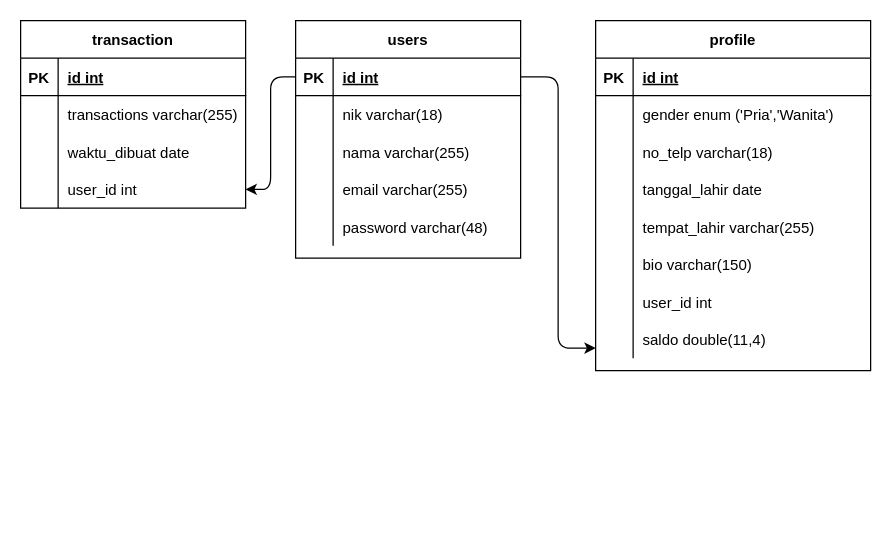
Before: e-wallet-db.drawio in MhRidho/fw9-backend, a draw.io diagram. Source tidied: cells renumbered, new cells numbered last; positions are measured from the earlier drawing's top-left corner, leaving out a move shared by most shapes. Both pictures are drawn from the tidied source at 125%, with x=0, y=0 at pixel (20, 20).
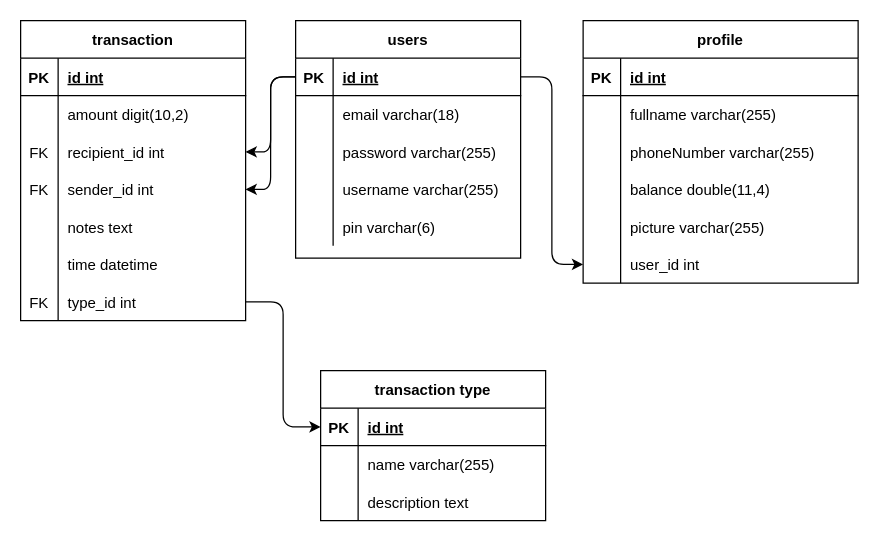
After the change.

The change refers to these unchanged cells:
```xml
<mxCell id="3" style="shape=partialRectangle;fillColor=none;top=0;left=0;bottom=1;right=0;points=[[0,0.5],[1,0.5]];portConstraint=eastwest;" parent="2" vertex="1">
  <mxGeometry y="30" width="180" height="30" as="geometry" />
</mxCell>
<mxCell id="6" style="shape=partialRectangle;fillColor=none;top=0;left=0;bottom=0;right=0;" parent="2" vertex="1">
  <mxGeometry y="60" width="180" height="30" as="geometry" />
</mxCell>
<mxCell id="9" style="shape=partialRectangle;fillColor=none;top=0;left=0;bottom=0;right=0;" parent="2" vertex="1">
  <mxGeometry y="90" width="180" height="30" as="geometry" />
</mxCell>
<mxCell id="12" style="shape=partialRectangle;fillColor=none;top=0;left=0;bottom=0;right=0;" parent="2" vertex="1">
  <mxGeometry y="120" width="180" height="30" as="geometry" />
</mxCell>
<mxCell id="15" style="shape=partialRectangle;fillColor=none;top=0;left=0;bottom=0;right=0;" parent="2" vertex="1">
  <mxGeometry y="150" width="180" height="30" as="geometry" />
</mxCell>
<mxCell id="22" style="shape=partialRectangle;fillColor=none;top=0;left=0;bottom=0;right=0;" parent="18" vertex="1">
  <mxGeometry y="60" width="220" height="30" as="geometry" />
</mxCell>
<mxCell id="25" style="shape=partialRectangle;fillColor=none;top=0;left=0;bottom=0;right=0;" parent="18" vertex="1">
  <mxGeometry y="90" width="220" height="30" as="geometry" />
</mxCell>
<mxCell id="28" style="shape=partialRectangle;fillColor=none;top=0;left=0;bottom=0;right=0;" parent="18" vertex="1">
  <mxGeometry y="120" width="220" height="30" as="geometry" />
</mxCell>
<mxCell id="31" style="shape=partialRectangle;fillColor=none;top=0;left=0;bottom=0;right=0;" parent="18" vertex="1">
  <mxGeometry y="150" width="220" height="30" as="geometry" />
</mxCell>
<mxCell id="34" style="shape=partialRectangle;fillColor=none;top=0;left=0;bottom=0;right=0;points=[[0,0.5],[1,0.5]];portConstraint=eastwest;" parent="18" vertex="1">
  <mxGeometry y="180" width="220" height="30" as="geometry" />
</mxCell>
<mxCell id="47" style="shape=partialRectangle;fillColor=none;top=0;left=0;bottom=0;right=0;" parent="43" vertex="1">
  <mxGeometry y="60" width="180" height="30" as="geometry" />
</mxCell>
<mxCell id="50" style="shape=partialRectangle;fillColor=none;top=0;left=0;bottom=0;right=0;points=[[0,0.5],[1,0.5]];portConstraint=eastwest;" parent="43" vertex="1">
  <mxGeometry y="90" width="180" height="30" as="geometry" />
</mxCell>
<mxCell id="53" style="shape=partialRectangle;fillColor=none;top=0;left=0;bottom=0;right=0;points=[[0,0.5],[1,0.5]];portConstraint=eastwest;" parent="43" vertex="1">
  <mxGeometry y="120" width="180" height="30" as="geometry" />
</mxCell>
```

Diff of the diagram source:
```diff
@@
-    <mxCell id="8" value="nik varchar(18)" style="shape=partialRectangle;fillColor=none;top=0;left=0;bottom=0;right=0;align=left;spacingLeft=6;overflow=hidden;" parent="6" vertex="1">
+    <mxCell id="8" value="email varchar(18)" style="shape=partialRectangle;fillColor=none;top=0;left=0;bottom=0;right=0;align=left;spacingLeft=6;overflow=hidden;" parent="6" vertex="1">
       <mxGeometry x="30" width="150" height="30" as="geometry" />
     </mxCell>
@@
-    <mxCell id="11" value="nama varchar(255)" style="shape=partialRectangle;fillColor=none;top=0;left=0;bottom=0;right=0;align=left;spacingLeft=6;overflow=hidden;" parent="9" vertex="1">
+    <mxCell id="11" value="password varchar(255)" style="shape=partialRectangle;fillColor=none;top=0;left=0;bottom=0;right=0;align=left;spacingLeft=6;overflow=hidden;" parent="9" vertex="1">
       <mxGeometry x="30" width="150" height="30" as="geometry" />
     </mxCell>
@@
-    <mxCell id="14" value="email varchar(255)" style="shape=partialRectangle;fillColor=none;top=0;left=0;bottom=0;right=0;align=left;spacingLeft=6;overflow=hidden;" parent="12" vertex="1">
+    <mxCell id="14" value="username varchar(255)" style="shape=partialRectangle;fillColor=none;top=0;left=0;bottom=0;right=0;align=left;spacingLeft=6;overflow=hidden;" parent="12" vertex="1">
       <mxGeometry x="30" width="150" height="30" as="geometry" />
     </mxCell>
@@
-    <mxCell id="17" value="password varchar(48)" style="shape=partialRectangle;fillColor=none;top=0;left=0;bottom=0;right=0;align=left;spacingLeft=6;overflow=hidden;" parent="15" vertex="1">
+    <mxCell id="17" value="pin varchar(6)" style="shape=partialRectangle;fillColor=none;top=0;left=0;bottom=0;right=0;align=left;spacingLeft=6;overflow=hidden;" parent="15" vertex="1">
       <mxGeometry x="30" width="150" height="30" as="geometry" />
     </mxCell>
     <mxCell id="18" value="profile" style="shape=table;startSize=30;childLayout=tableLayout;rowLines=0;fontStyle=1;align=center;" parent="1" vertex="1">
-      <mxGeometry x="460" width="220" height="280" as="geometry" />
+      <mxGeometry x="450" width="220" height="210" as="geometry" />
     </mxCell>
@@
-    <mxCell id="24" value="gender enum ('Pria','Wanita')" style="shape=partialRectangle;fillColor=none;top=0;left=0;bottom=0;right=0;align=left;spacingLeft=6;overflow=hidden;" parent="22" vertex="1">
+    <mxCell id="24" value="fullname varchar(255)" style="shape=partialRectangle;fillColor=none;top=0;left=0;bottom=0;right=0;align=left;spacingLeft=6;overflow=hidden;" parent="22" vertex="1">
       <mxGeometry x="30" width="190" height="30" as="geometry" />
     </mxCell>
@@
-    <mxCell id="27" value="no_telp varchar(18)" style="shape=partialRectangle;fillColor=none;top=0;left=0;bottom=0;right=0;align=left;spacingLeft=6;overflow=hidden;" parent="25" vertex="1">
+    <mxCell id="27" value="phoneNumber varchar(255)" style="shape=partialRectangle;fillColor=none;top=0;left=0;bottom=0;right=0;align=left;spacingLeft=6;overflow=hidden;" parent="25" vertex="1">
       <mxGeometry x="30" width="190" height="30" as="geometry" />
     </mxCell>
@@
-    <mxCell id="30" value="tanggal_lahir date" style="shape=partialRectangle;fillColor=none;top=0;left=0;bottom=0;right=0;align=left;spacingLeft=6;overflow=hidden;" parent="28" vertex="1">
+    <mxCell id="30" value="balance double(11,4)" style="shape=partialRectangle;fillColor=none;top=0;left=0;bottom=0;right=0;align=left;spacingLeft=6;overflow=hidden;" parent="28" vertex="1">
       <mxGeometry x="30" width="190" height="30" as="geometry" />
     </mxCell>
@@
-    <mxCell id="33" value="tempat_lahir varchar(255)" style="shape=partialRectangle;fillColor=none;top=0;left=0;bottom=0;right=0;align=left;spacingLeft=6;overflow=hidden;" parent="31" vertex="1">
+    <mxCell id="33" value="picture varchar(255)" style="shape=partialRectangle;fillColor=none;top=0;left=0;bottom=0;right=0;align=left;spacingLeft=6;overflow=hidden;" parent="31" vertex="1">
       <mxGeometry x="30" width="190" height="30" as="geometry" />
     </mxCell>
@@
-    <mxCell id="35" style="shape=partialRectangle;fillColor=none;top=0;left=0;bottom=0;right=0;overflow=hidden;" parent="34" vertex="1">
-      <mxGeometry width="30" height="30" as="geometry" />
-    </mxCell>
-    <mxCell id="36" value="bio varchar(150)" style="shape=partialRectangle;fillColor=none;top=0;left=0;bottom=0;right=0;align=left;spacingLeft=6;overflow=hidden;" parent="34" vertex="1">
-      <mxGeometry x="30" width="190" height="30" as="geometry" />
-    </mxCell>
-    <mxCell id="37" style="shape=partialRectangle;fillColor=none;top=0;left=0;bottom=0;right=0;" parent="18" vertex="1">
-      <mxGeometry y="210" width="220" height="30" as="geometry" />
-    </mxCell>
-    <mxCell id="38" style="shape=partialRectangle;fillColor=none;top=0;left=0;bottom=0;right=0;overflow=hidden;" parent="37" vertex="1">
-      <mxGeometry width="30" height="30" as="geometry" />
-    </mxCell>
+    <mxCell id="58" style="shape=partialRectangle;fillColor=none;top=0;left=0;bottom=0;right=0;overflow=hidden;" parent="34" vertex="1">
+      <mxGeometry width="30" height="30" as="geometry" />
+    </mxCell>
-    <mxCell id="39" value="user_id int" style="shape=partialRectangle;fillColor=none;top=0;left=0;bottom=0;right=0;align=left;spacingLeft=6;overflow=hidden;" parent="37" vertex="1">
+    <mxCell id="39" value="user_id int" style="shape=partialRectangle;fillColor=none;top=0;left=0;bottom=0;right=0;align=left;spacingLeft=6;overflow=hidden;" parent="34" vertex="1">
       <mxGeometry x="30" width="190" height="30" as="geometry" />
     </mxCell>
-    <mxCell id="40" style="shape=partialRectangle;fillColor=none;top=0;left=0;bottom=0;right=0;points=[[0,0.5],[1,0.5]];portConstraint=eastwest;" parent="18" vertex="1">
-      <mxGeometry y="240" width="220" height="30" as="geometry" />
-    </mxCell>
-    <mxCell id="41" style="shape=partialRectangle;fillColor=none;top=0;left=0;bottom=0;right=0;overflow=hidden;" parent="40" vertex="1">
-      <mxGeometry width="30" height="30" as="geometry" />
-    </mxCell>
-    <mxCell id="42" value="saldo double(11,4)" style="shape=partialRectangle;fillColor=none;top=0;left=0;bottom=0;right=0;align=left;spacingLeft=6;overflow=hidden;" parent="40" vertex="1">
-      <mxGeometry x="30" width="190" height="30" as="geometry" />
-    </mxCell>
     <mxCell id="43" value="transaction" style="shape=table;startSize=30;childLayout=tableLayout;rowLines=0;fontStyle=1;align=center;" parent="1" vertex="1">
-      <mxGeometry width="180" height="150" as="geometry" />
+      <mxGeometry width="180" height="240" as="geometry" />
     </mxCell>
@@
-    <mxCell id="49" value="transactions varchar(255)" style="shape=partialRectangle;fillColor=none;top=0;left=0;bottom=0;right=0;align=left;spacingLeft=6;overflow=hidden;" parent="47" vertex="1">
+    <mxCell id="49" value="amount digit(10,2)" style="shape=partialRectangle;fillColor=none;top=0;left=0;bottom=0;right=0;align=left;spacingLeft=6;overflow=hidden;" parent="47" vertex="1">
       <mxGeometry x="30" width="150" height="30" as="geometry" />
     </mxCell>
@@
-    <mxCell id="51" style="shape=partialRectangle;fillColor=none;top=0;left=0;bottom=0;right=0;overflow=hidden;" parent="50" vertex="1">
+    <mxCell id="51" value="FK" style="shape=partialRectangle;fillColor=none;top=0;left=0;bottom=0;right=0;overflow=hidden;" parent="50" vertex="1">
       <mxGeometry width="30" height="30" as="geometry" />
     </mxCell>
-    <mxCell id="52" value="waktu_dibuat date" style="shape=partialRectangle;fillColor=none;top=0;left=0;bottom=0;right=0;align=left;spacingLeft=6;overflow=hidden;" parent="50" vertex="1">
+    <mxCell id="52" value="recipient_id int" style="shape=partialRectangle;fillColor=none;top=0;left=0;bottom=0;right=0;align=left;spacingLeft=6;overflow=hidden;" parent="50" vertex="1">
       <mxGeometry x="30" width="150" height="30" as="geometry" />
     </mxCell>
@@
-    <mxCell id="54" style="shape=partialRectangle;fillColor=none;top=0;left=0;bottom=0;right=0;overflow=hidden;" parent="53" vertex="1">
+    <mxCell id="54" value="FK" style="shape=partialRectangle;fillColor=none;top=0;left=0;bottom=0;right=0;overflow=hidden;" parent="53" vertex="1">
       <mxGeometry width="30" height="30" as="geometry" />
     </mxCell>
-    <mxCell id="55" value="user_id int" style="shape=partialRectangle;fillColor=none;top=0;left=0;bottom=0;right=0;align=left;spacingLeft=6;overflow=hidden;" parent="53" vertex="1">
+    <mxCell id="55" value="sender_id int" style="shape=partialRectangle;fillColor=none;top=0;left=0;bottom=0;right=0;align=left;spacingLeft=6;overflow=hidden;" parent="53" vertex="1">
       <mxGeometry x="30" width="150" height="30" as="geometry" />
     </mxCell>
-    <mxCell id="56" style="edgeStyle=orthogonalEdgeStyle;html=1;exitX=1;exitY=0.5;exitDx=0;exitDy=0;entryX=0;entryY=0.733;entryDx=0;entryDy=0;entryPerimeter=0;" parent="1" edge="1" source="3" target="40">
-      <mxGeometry relative="1" as="geometry" />
-    </mxCell>
+    <mxCell id="59" style="shape=partialRectangle;fillColor=none;top=0;left=0;bottom=0;right=0;" parent="43" vertex="1">
+      <mxGeometry y="150" width="180" height="30" as="geometry" />
+    </mxCell>
+    <mxCell id="60" style="shape=partialRectangle;fillColor=none;top=0;left=0;bottom=0;right=0;overflow=hidden;" parent="59" vertex="1">
+      <mxGeometry width="30" height="30" as="geometry" />
+    </mxCell>
+    <mxCell id="61" value="notes text" style="shape=partialRectangle;fillColor=none;top=0;left=0;bottom=0;right=0;align=left;spacingLeft=6;overflow=hidden;" parent="59" vertex="1">
+      <mxGeometry x="30" width="150" height="30" as="geometry" />
+    </mxCell>
+    <mxCell id="62" style="shape=partialRectangle;fillColor=none;top=0;left=0;bottom=0;right=0;" parent="43" vertex="1">
+      <mxGeometry y="180" width="180" height="30" as="geometry" />
+    </mxCell>
+    <mxCell id="63" style="shape=partialRectangle;fillColor=none;top=0;left=0;bottom=0;right=0;overflow=hidden;" parent="62" vertex="1">
+      <mxGeometry width="30" height="30" as="geometry" />
+    </mxCell>
+    <mxCell id="64" value="time datetime" style="shape=partialRectangle;fillColor=none;top=0;left=0;bottom=0;right=0;align=left;spacingLeft=6;overflow=hidden;" parent="62" vertex="1">
+      <mxGeometry x="30" width="150" height="30" as="geometry" />
+    </mxCell>
+    <mxCell id="65" style="shape=partialRectangle;fillColor=none;top=0;left=0;bottom=0;right=0;points=[[0,0.5],[1,0.5]];portConstraint=eastwest;" parent="43" vertex="1">
+      <mxGeometry y="210" width="180" height="30" as="geometry" />
+    </mxCell>
+    <mxCell id="66" value="FK" style="shape=partialRectangle;fillColor=none;top=0;left=0;bottom=0;right=0;overflow=hidden;" parent="65" vertex="1">
+      <mxGeometry width="30" height="30" as="geometry" />
+    </mxCell>
+    <mxCell id="67" value="type_id int" style="shape=partialRectangle;fillColor=none;top=0;left=0;bottom=0;right=0;align=left;spacingLeft=6;overflow=hidden;" parent="65" vertex="1">
+      <mxGeometry x="30" width="150" height="30" as="geometry" />
+    </mxCell>
@@
+    <mxCell id="68" value="transaction type" style="shape=table;startSize=30;childLayout=tableLayout;rowLines=0;fontStyle=1;align=center;" parent="1" vertex="1">
+      <mxGeometry x="240" y="280" width="180" height="120" as="geometry" />
+    </mxCell>
+    <mxCell id="69" style="shape=partialRectangle;fillColor=none;top=0;left=0;bottom=1;right=0;points=[[0,0.5],[1,0.5]];portConstraint=eastwest;" parent="68" vertex="1">
+      <mxGeometry y="30" width="180" height="30" as="geometry" />
+    </mxCell>
+    <mxCell id="70" value="PK" style="shape=partialRectangle;fillColor=none;top=0;left=0;bottom=0;right=0;fontStyle=1;overflow=hidden;" parent="69" vertex="1">
+      <mxGeometry width="30" height="30" as="geometry" />
+    </mxCell>
+    <mxCell id="71" value="id int" style="shape=partialRectangle;fillColor=none;top=0;left=0;bottom=0;right=0;align=left;spacingLeft=6;fontStyle=5;overflow=hidden;" parent="69" vertex="1">
+      <mxGeometry x="30" width="150" height="30" as="geometry" />
+    </mxCell>
+    <mxCell id="72" style="shape=partialRectangle;fillColor=none;top=0;left=0;bottom=0;right=0;" parent="68" vertex="1">
+      <mxGeometry y="60" width="180" height="30" as="geometry" />
+    </mxCell>
+    <mxCell id="73" style="shape=partialRectangle;fillColor=none;top=0;left=0;bottom=0;right=0;overflow=hidden;" parent="72" vertex="1">
+      <mxGeometry width="30" height="30" as="geometry" />
+    </mxCell>
+    <mxCell id="74" value="name varchar(255)" style="shape=partialRectangle;fillColor=none;top=0;left=0;bottom=0;right=0;align=left;spacingLeft=6;overflow=hidden;" parent="72" vertex="1">
+      <mxGeometry x="30" width="150" height="30" as="geometry" />
+    </mxCell>
+    <mxCell id="75" style="shape=partialRectangle;fillColor=none;top=0;left=0;bottom=0;right=0;" parent="68" vertex="1">
+      <mxGeometry y="90" width="180" height="30" as="geometry" />
+    </mxCell>
+    <mxCell id="76" style="shape=partialRectangle;fillColor=none;top=0;left=0;bottom=0;right=0;overflow=hidden;" parent="75" vertex="1">
+      <mxGeometry width="30" height="30" as="geometry" />
+    </mxCell>
+    <mxCell id="77" value="description text" style="shape=partialRectangle;fillColor=none;top=0;left=0;bottom=0;right=0;align=left;spacingLeft=6;overflow=hidden;" parent="75" vertex="1">
+      <mxGeometry x="30" width="150" height="30" as="geometry" />
+    </mxCell>
+    <mxCell id="78" style="edgeStyle=orthogonalEdgeStyle;html=1;exitX=1;exitY=0.5;exitDx=0;exitDy=0;entryX=0;entryY=0.5;entryDx=0;entryDy=0;" parent="1" edge="1" source="3" target="34">
+      <mxGeometry relative="1" as="geometry" />
+    </mxCell>
+    <mxCell id="79" style="edgeStyle=orthogonalEdgeStyle;html=1;exitX=0;exitY=0.5;exitDx=0;exitDy=0;entryX=1;entryY=0.5;entryDx=0;entryDy=0;" parent="1" edge="1" source="3" target="50">
+      <mxGeometry relative="1" as="geometry" />
+    </mxCell>
+    <mxCell id="80" style="edgeStyle=orthogonalEdgeStyle;html=1;exitX=1;exitY=0.5;exitDx=0;exitDy=0;entryX=0;entryY=0.5;entryDx=0;entryDy=0;" parent="1" edge="1" source="65" target="69">
+      <mxGeometry relative="1" as="geometry" />
+    </mxCell>
```
